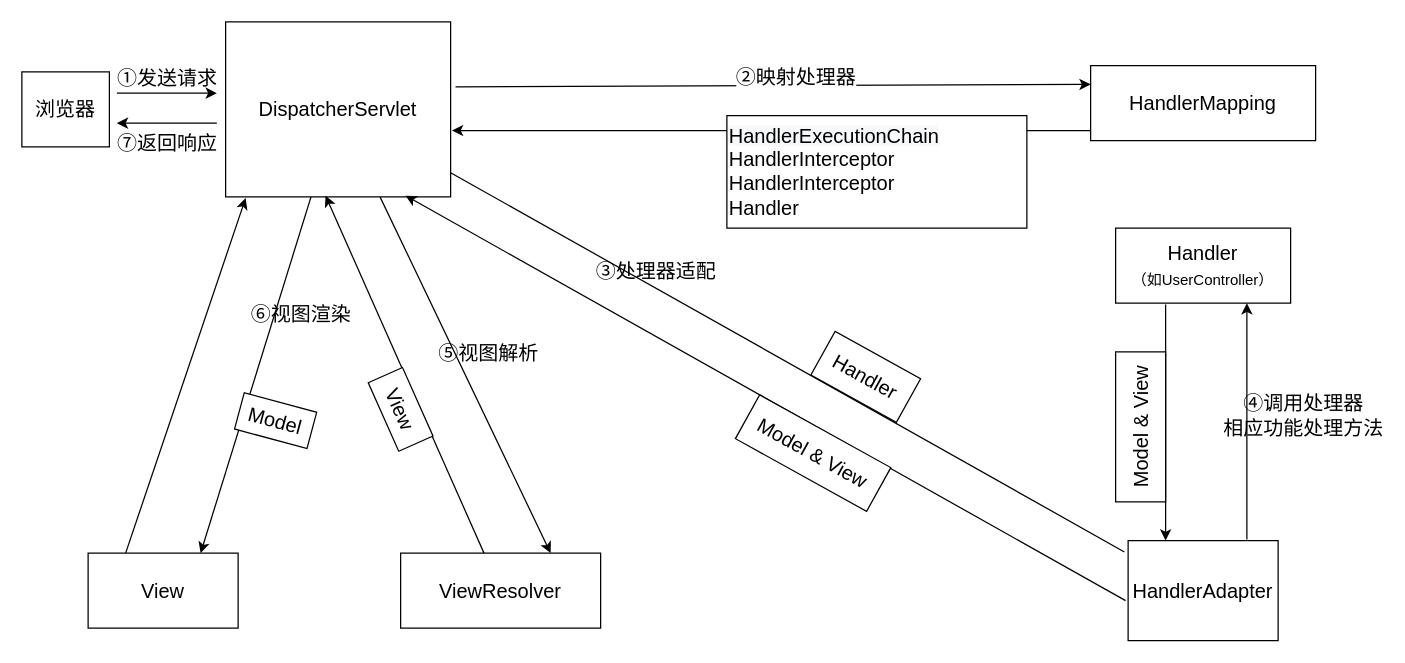
Earlier version of the draw.io diagram imgs/SpringMVC流程图.drawio (jaclkliao/imgs). Source tidied: cells renumbered, new cells numbered last; positions are measured from the earlier drawing's top-left corner, leaving out a move shared by most shapes. Both pictures are drawn from the tidied source at 125%, with x=0, y=0 at pixel (21, 21).
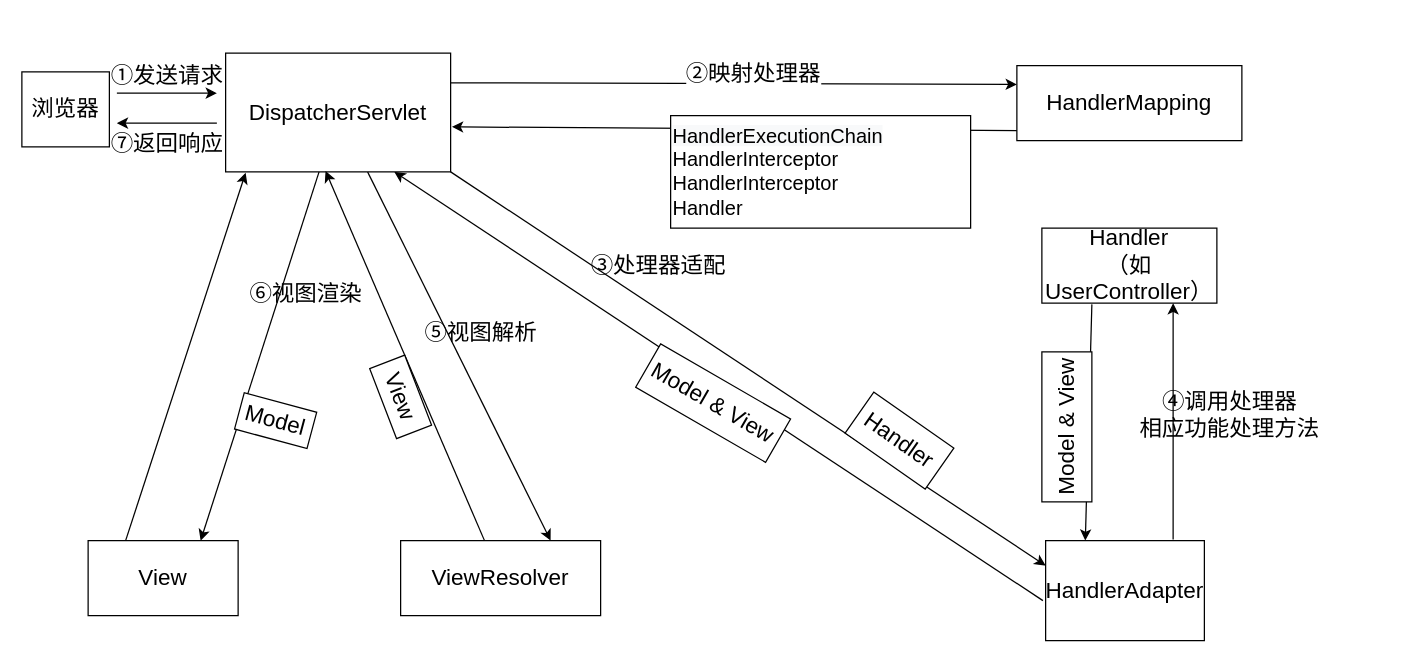
Above is the later version.

Commit message:
更新SpringMVC流程图.drawio

What changed in the source:
```diff
@@
-    <mxCell id="2" value="②映射处理器" style="rounded=0;jettySize=auto;html=1;fontSize=16;exitX=0.994;exitY=0.371;exitDx=0;exitDy=0;exitPerimeter=0;entryX=0;entryY=0.25;entryDx=0;entryDy=0;" parent="1" edge="1" target="7">
-      <mxGeometry x="0.07" y="7" relative="1" as="geometry">
-        <mxPoint x="346.9" y="51.9" as="sourcePoint" />
-      </mxGeometry>
+    <mxCell id="2" value="②映射处理器" style="rounded=0;jettySize=auto;html=1;fontSize=18;exitX=1;exitY=0.25;exitDx=0;exitDy=0;entryX=0;entryY=0.25;entryDx=0;entryDy=0;" parent="1" edge="1" source="5" target="7">
+      <mxGeometry x="0.07" y="7" relative="1" as="geometry" />
     </mxCell>
-    <mxCell id="3" value="⑤视图解析" style="edgeStyle=none;rounded=0;jettySize=auto;html=1;entryX=0.75;entryY=0;entryDx=0;entryDy=0;labelBackgroundColor=none;fontSize=16;" parent="1" edge="1" source="5" target="22">
+    <mxCell id="3" value="⑤视图解析" style="edgeStyle=none;rounded=0;jettySize=auto;html=1;entryX=0.75;entryY=0;entryDx=0;entryDy=0;labelBackgroundColor=none;fontSize=18;" parent="1" edge="1" source="5" target="22">
       <mxGeometry x="-0.05" y="24" relative="1" as="geometry" />
     </mxCell>
-    <mxCell id="4" value="⑥视图渲染" style="edgeStyle=none;rounded=0;jettySize=auto;html=1;entryX=0.75;entryY=0;entryDx=0;entryDy=0;labelBackgroundColor=none;fontSize=16;" parent="1" edge="1" source="5" target="24">
+    <mxCell id="4" value="⑥视图渲染" style="edgeStyle=none;rounded=0;jettySize=auto;html=1;entryX=0.75;entryY=0;entryDx=0;entryDy=0;labelBackgroundColor=none;fontSize=18;" parent="1" edge="1" source="5" target="24">
       <mxGeometry x="-0.38" y="20" relative="1" as="geometry" />
     </mxCell>
-    <mxCell id="5" value="DispatcherServlet" style="rounded=0;whiteSpace=wrap;html=1;fontSize=16;fontStyle=0;" parent="1" vertex="1">
-      <mxGeometry x="163" width="180" height="140" as="geometry" />
+    <mxCell id="5" value="DispatcherServlet" style="rounded=0;whiteSpace=wrap;html=1;fontSize=18;fontStyle=0;" parent="1" vertex="1">
+      <mxGeometry x="163" y="25" width="180" height="95" as="geometry" />
     </mxCell>
-    <mxCell id="6" style="edgeStyle=none;rounded=0;jettySize=auto;html=1;labelBackgroundColor=none;fontSize=16;exitX=0.011;exitY=0.867;exitDx=0;exitDy=0;exitPerimeter=0;entryX=1.006;entryY=0.621;entryDx=0;entryDy=0;entryPerimeter=0;" parent="1" edge="1" source="7" target="5">
+    <mxCell id="6" style="edgeStyle=none;rounded=0;jettySize=auto;html=1;labelBackgroundColor=none;fontSize=18;exitX=0.011;exitY=0.867;exitDx=0;exitDy=0;exitPerimeter=0;entryX=1.006;entryY=0.621;entryDx=0;entryDy=0;entryPerimeter=0;" parent="1" edge="1" source="7" target="5">
       <mxGeometry relative="1" as="geometry" />
     </mxCell>
-    <mxCell id="7" value="HandlerMapping" style="rounded=0;whiteSpace=wrap;html=1;fontSize=16;fontStyle=0;" parent="1" vertex="1">
-      <mxGeometry x="855" y="35" width="180" height="60" as="geometry" />
+    <mxCell id="7" value="HandlerMapping" style="rounded=0;whiteSpace=wrap;html=1;fontSize=18;fontStyle=0;" parent="1" vertex="1">
+      <mxGeometry x="796" y="35" width="180" height="60" as="geometry" />
     </mxCell>
-    <mxCell id="8" value="浏览器" style="rounded=0;whiteSpace=wrap;html=1;fontSize=16;" parent="1" vertex="1">
+    <mxCell id="8" value="浏览器" style="rounded=0;whiteSpace=wrap;html=1;fontSize=18;" parent="1" vertex="1">
       <mxGeometry y="40" width="70" height="60" as="geometry" />
     </mxCell>
-    <mxCell id="9" value="①发送请求" style="endArrow=classic;html=1;rounded=0;fontSize=16;labelBackgroundColor=none;verticalAlign=bottom;" parent="1" edge="1">
+    <mxCell id="9" value="①发送请求" style="endArrow=classic;html=1;rounded=0;fontSize=18;labelBackgroundColor=none;verticalAlign=bottom;" parent="1" edge="1">
       <mxGeometry relative="1" as="geometry">
         <mxPoint x="76" y="57" as="sourcePoint" />
         <mxPoint x="156" y="57" as="targetPoint" />
       </mxGeometry>
     </mxCell>
-    <mxCell id="10" value="⑦返回响应" style="endArrow=classic;html=1;rounded=0;labelBackgroundColor=none;fontSize=16;verticalAlign=top;" parent="1" edge="1">
+    <mxCell id="10" value="⑦返回响应" style="endArrow=classic;html=1;rounded=0;labelBackgroundColor=none;fontSize=18;verticalAlign=top;" parent="1" edge="1">
       <mxGeometry relative="1" as="geometry">
         <mxPoint x="156" y="81" as="sourcePoint" />
         <mxPoint x="76" y="81" as="targetPoint" />
       </mxGeometry>
     </mxCell>
-    <mxCell id="11" value="&lt;span style=&quot;color: rgb(0 , 0 , 0) ; font-family: &amp;#34;helvetica&amp;#34; ; font-size: 16px ; font-style: normal ; font-weight: 400 ; letter-spacing: normal ; text-indent: 0px ; text-transform: none ; word-spacing: 0px ; background-color: rgb(248 , 249 , 250) ; display: inline ; float: none&quot;&gt;HandlerExecutionChain&lt;br&gt;&lt;/span&gt;HandlerInterceptor&lt;br&gt;HandlerInterceptor&lt;br&gt;Handler" style="rounded=0;whiteSpace=wrap;html=1;fontSize=16;align=left;verticalAlign=top;labelPosition=center;verticalLabelPosition=middle;" parent="1" vertex="1">
-      <mxGeometry x="564" y="75" width="240" height="90" as="geometry" />
+    <mxCell id="11" value="&lt;span style=&quot;color: rgb(0, 0, 0); font-family: helvetica; font-size: 16px; font-style: normal; font-weight: 400; letter-spacing: normal; text-indent: 0px; text-transform: none; word-spacing: 0px; background-color: rgb(248, 249, 250); display: inline; float: none;&quot;&gt;HandlerExecutionChain&lt;br style=&quot;font-size: 16px;&quot;&gt;&lt;/span&gt;HandlerInterceptor&lt;br style=&quot;font-size: 16px;&quot;&gt;HandlerInterceptor&lt;br style=&quot;font-size: 16px;&quot;&gt;Handler" style="rounded=0;whiteSpace=wrap;html=1;fontSize=16;align=left;verticalAlign=top;labelPosition=center;verticalLabelPosition=middle;" parent="1" vertex="1">
+      <mxGeometry x="519" y="75" width="240" height="90" as="geometry" />
     </mxCell>
-    <mxCell id="12" style="edgeStyle=none;rounded=0;jettySize=auto;html=1;entryX=0.8;entryY=0.993;entryDx=0;entryDy=0;labelBackgroundColor=none;fontSize=16;exitX=-0.017;exitY=0.6;exitDx=0;exitDy=0;exitPerimeter=0;entryPerimeter=0;" parent="1" edge="1" source="13" target="5">
+    <mxCell id="12" style="edgeStyle=none;rounded=0;jettySize=auto;html=1;entryX=0.75;entryY=1;entryDx=0;entryDy=0;labelBackgroundColor=none;fontSize=18;exitX=-0.017;exitY=0.6;exitDx=0;exitDy=0;exitPerimeter=0;" parent="1" edge="1" source="13" target="5">
       <mxGeometry relative="1" as="geometry" />
     </mxCell>
-    <mxCell id="13" value="HandlerAdapter" style="rounded=0;whiteSpace=wrap;html=1;fontSize=16;" parent="1" vertex="1">
-      <mxGeometry x="885" y="415" width="120" height="80" as="geometry" />
+    <mxCell id="13" value="HandlerAdapter" style="rounded=0;whiteSpace=wrap;html=1;fontSize=18;" parent="1" vertex="1">
+      <mxGeometry x="819" y="415" width="127" height="80" as="geometry" />
     </mxCell>
-    <mxCell id="14" value="Handler&lt;br&gt;&lt;font style=&quot;font-size: 12px&quot;&gt;（如UserController）&lt;/font&gt;" style="rounded=0;whiteSpace=wrap;html=1;fontSize=16;" parent="1" vertex="1">
-      <mxGeometry x="875" y="165" width="140" height="60" as="geometry" />
+    <mxCell id="14" value="Handler&lt;br style=&quot;font-size: 18px;&quot;&gt;&lt;font style=&quot;font-size: 18px;&quot;&gt;（如UserController）&lt;/font&gt;" style="rounded=0;whiteSpace=wrap;html=1;fontSize=18;" parent="1" vertex="1">
+      <mxGeometry x="816" y="165" width="140" height="60" as="geometry" />
     </mxCell>
-    <mxCell id="15" style="endArrow=classic;html=1;rounded=0;labelBackgroundColor=none;fontSize=16;entryX=0.25;entryY=0;entryDx=0;entryDy=0;horizontal=0;" parent="1" edge="1" target="13">
+    <mxCell id="15" style="endArrow=classic;html=1;rounded=0;labelBackgroundColor=none;fontSize=18;entryX=0.25;entryY=0;entryDx=0;entryDy=0;horizontal=0;" parent="1" edge="1" target="13">
       <mxGeometry x="-0.06" y="-10" relative="1" as="geometry">
-        <mxPoint x="915" y="226" as="sourcePoint" />
+        <mxPoint x="856" y="226" as="sourcePoint" />
       </mxGeometry>
     </mxCell>
-    <mxCell id="16" value="④调用处理器&lt;br&gt;相应功能处理方法" style="endArrow=classic;html=1;rounded=0;labelBackgroundColor=none;fontSize=16;entryX=0.75;entryY=1;entryDx=0;entryDy=0;horizontal=1;" parent="1" edge="1" target="14">
+    <mxCell id="16" value="④调用处理器&lt;br style=&quot;font-size: 18px;&quot;&gt;相应功能处理方法" style="endArrow=classic;html=1;rounded=0;labelBackgroundColor=none;fontSize=18;entryX=0.75;entryY=1;entryDx=0;entryDy=0;horizontal=1;" parent="1" edge="1" target="14">
       <mxGeometry x="0.05" y="-45" relative="1" as="geometry">
-        <mxPoint x="980" y="414" as="sourcePoint" />
+        <mxPoint x="921" y="414" as="sourcePoint" />
       </mxGeometry>
     </mxCell>
-    <mxCell id="17" value="Model &amp;amp; View" style="rounded=0;whiteSpace=wrap;html=1;fontSize=16;horizontal=0;" parent="1" vertex="1">
-      <mxGeometry x="875" y="264" width="40" height="120" as="geometry" />
+    <mxCell id="17" value="Model &amp;amp; View" style="rounded=0;whiteSpace=wrap;html=1;fontSize=18;horizontal=0;" parent="1" vertex="1">
+      <mxGeometry x="816" y="264" width="40" height="120" as="geometry" />
     </mxCell>
-    <mxCell id="18" value="③处理器适配" style="edgeStyle=none;rounded=0;jettySize=auto;html=1;entryX=-0.025;entryY=0.113;entryDx=0;entryDy=0;labelBackgroundColor=none;fontSize=16;endArrow=none;entryPerimeter=0;" parent="1" edge="1" source="5" target="13">
-      <mxGeometry x="-0.41" y="12" relative="1" as="geometry" />
+    <mxCell id="18" value="③处理器适配" style="edgeStyle=none;rounded=0;jettySize=auto;html=1;entryX=1;entryY=1;entryDx=0;entryDy=0;labelBackgroundColor=none;fontSize=18;endArrow=none;exitX=0;exitY=0.25;exitDx=0;exitDy=0;startArrow=classic;startFill=1;" parent="1" edge="1" source="13" target="5">
+      <mxGeometry x="0.37" y="-29" relative="1" as="geometry" />
     </mxCell>
-    <mxCell id="19" value="Handler" style="rounded=0;whiteSpace=wrap;html=1;fontSize=16;rotation=29;" parent="1" vertex="1">
-      <mxGeometry x="636" y="264" width="78.2" height="40" as="geometry" />
+    <mxCell id="19" value="Handler" style="rounded=0;whiteSpace=wrap;html=1;fontSize=18;rotation=35;" parent="1" vertex="1">
+      <mxGeometry x="663" y="315" width="78.2" height="40" as="geometry" />
     </mxCell>
-    <mxCell id="20" value="Model &amp;amp; View" style="rounded=0;whiteSpace=wrap;html=1;fontSize=16;horizontal=0;rotation=119;" parent="1" vertex="1">
-      <mxGeometry x="613" y="285" width="40" height="120" as="geometry" />
+    <mxCell id="20" value="Model &amp;amp; View" style="rounded=0;whiteSpace=wrap;html=1;fontSize=18;horizontal=0;rotation=120;" parent="1" vertex="1">
+      <mxGeometry x="533" y="245" width="40" height="120" as="geometry" />
     </mxCell>
-    <mxCell id="21" style="edgeStyle=none;rounded=0;jettySize=auto;html=1;entryX=0.444;entryY=0.993;entryDx=0;entryDy=0;entryPerimeter=0;labelBackgroundColor=none;fontSize=16;" parent="1" edge="1" source="22" target="5">
+    <mxCell id="21" style="edgeStyle=none;rounded=0;jettySize=auto;html=1;entryX=0.444;entryY=0.993;entryDx=0;entryDy=0;entryPerimeter=0;labelBackgroundColor=none;fontSize=18;" parent="1" edge="1" source="22" target="5">
       <mxGeometry relative="1" as="geometry" />
     </mxCell>
-    <mxCell id="22" value="ViewResolver" style="rounded=0;whiteSpace=wrap;html=1;fontSize=16;" parent="1" vertex="1">
-      <mxGeometry x="303" y="425" width="160" height="60" as="geometry" />
+    <mxCell id="22" value="ViewResolver" style="rounded=0;whiteSpace=wrap;html=1;fontSize=18;" parent="1" vertex="1">
+      <mxGeometry x="303" y="415" width="160" height="60" as="geometry" />
     </mxCell>
-    <mxCell id="23" style="edgeStyle=none;rounded=0;jettySize=auto;html=1;labelBackgroundColor=none;fontSize=16;exitX=0.25;exitY=0;exitDx=0;exitDy=0;entryX=0.089;entryY=1.007;entryDx=0;entryDy=0;entryPerimeter=0;" parent="1" edge="1" source="24" target="5">
+    <mxCell id="23" style="edgeStyle=none;rounded=0;jettySize=auto;html=1;labelBackgroundColor=none;fontSize=18;exitX=0.25;exitY=0;exitDx=0;exitDy=0;entryX=0.089;entryY=1.007;entryDx=0;entryDy=0;entryPerimeter=0;" parent="1" edge="1" source="24" target="5">
       <mxGeometry relative="1" as="geometry" />
     </mxCell>
-    <mxCell id="24" value="View" style="rounded=0;whiteSpace=wrap;html=1;fontSize=16;" parent="1" vertex="1">
-      <mxGeometry x="53" y="425" width="120" height="60" as="geometry" />
+    <mxCell id="24" value="View" style="rounded=0;whiteSpace=wrap;html=1;fontSize=18;" parent="1" vertex="1">
+      <mxGeometry x="53" y="415" width="120" height="60" as="geometry" />
     </mxCell>
-    <mxCell id="25" value="View" style="rounded=0;whiteSpace=wrap;html=1;fontSize=16;rotation=66;" parent="1" vertex="1">
-      <mxGeometry x="273" y="295" width="60" height="30" as="geometry" />
+    <mxCell id="25" value="View" style="rounded=0;whiteSpace=wrap;html=1;fontSize=18;rotation=69;" parent="1" vertex="1">
+      <mxGeometry x="273" y="285" width="60" height="30" as="geometry" />
     </mxCell>
-    <mxCell id="26" value="Model" style="rounded=0;whiteSpace=wrap;html=1;fontSize=16;rotation=15;" parent="1" vertex="1">
+    <mxCell id="26" value="Model" style="rounded=0;whiteSpace=wrap;html=1;fontSize=18;rotation=15;" parent="1" vertex="1">
       <mxGeometry x="173" y="304" width="60" height="30" as="geometry" />
     </mxCell>
```
